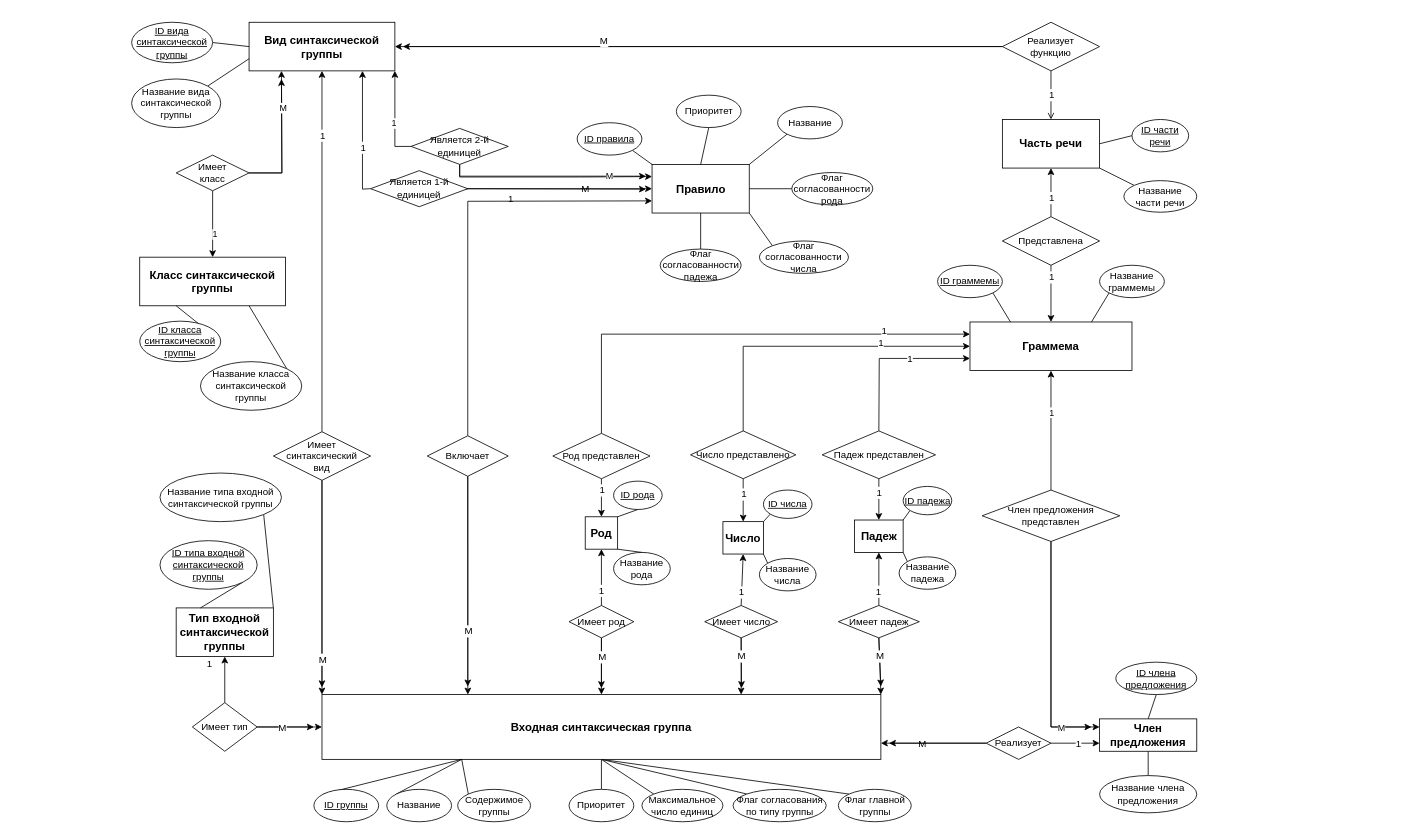
DMfananddu/Diploma keeps this draw.io diagram as Infological.drawio. Above is the earlier version. Source tidied: cells renumbered, new cells numbered last; positions are measured from the earlier drawing's top-left corner, leaving out a move shared by most shapes. Both pictures are drawn from the tidied source at 81%, with x=0, y=0 at pixel (131, 22).
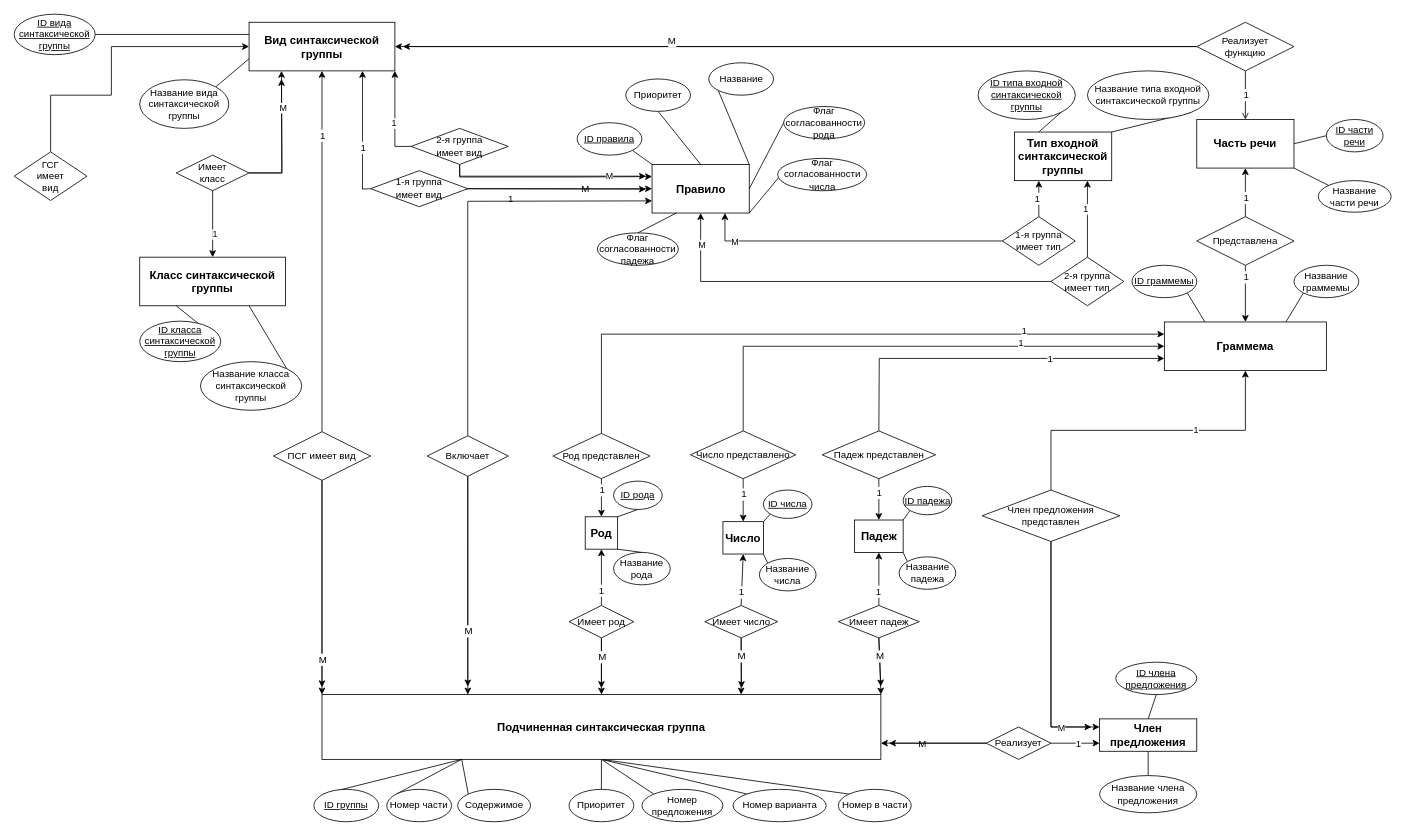
Above is the later version.

The change refers to these unchanged cells:
```xml
<mxCell id="34" value="Правило" style="rounded=0;whiteSpace=wrap;html=1;fontSize=14;fontStyle=1;" parent="1" vertex="1">
  <mxGeometry x="642.5" y="175.5" width="120" height="60" as="geometry" />
</mxCell>
<mxCell id="53" value="Вид синтаксической группы" style="rounded=0;whiteSpace=wrap;html=1;fontSize=14;fontStyle=1;" parent="1" vertex="1">
  <mxGeometry x="145" width="180" height="60" as="geometry" />
</mxCell>
```

The edit, as a diff of the source:
```diff
@@
-    <mxCell id="6" value="Входная синтаксическая группа" style="rounded=0;whiteSpace=wrap;html=1;fontSize=14;fontStyle=1;" parent="1" vertex="1">
+    <mxCell id="6" value="Подчиненная синтаксическая группа" style="rounded=0;whiteSpace=wrap;html=1;fontSize=14;fontStyle=1;" parent="1" vertex="1">
       <mxGeometry x="235" y="830" width="690" height="80" as="geometry" />
     </mxCell>
@@
-    <mxCell id="10" value="Название" style="ellipse;whiteSpace=wrap;html=1;" parent="1" vertex="1">
+    <mxCell id="10" value="Номер части" style="ellipse;whiteSpace=wrap;html=1;" parent="1" vertex="1">
       <mxGeometry x="315" y="947" width="80" height="40" as="geometry" />
     </mxCell>
-    <mxCell id="11" value="Максимальное число единиц" style="ellipse;whiteSpace=wrap;html=1;" parent="1" vertex="1">
+    <mxCell id="11" value="Номер предложения" style="ellipse;whiteSpace=wrap;html=1;" parent="1" vertex="1">
       <mxGeometry x="630" y="947" width="100" height="40" as="geometry" />
     </mxCell>
-    <mxCell id="12" value="Флаг согласования по типу группы" style="ellipse;whiteSpace=wrap;html=1;" parent="1" vertex="1">
+    <mxCell id="12" value="Номер варианта" style="ellipse;whiteSpace=wrap;html=1;" parent="1" vertex="1">
       <mxGeometry x="742.5" y="947" width="115" height="40" as="geometry" />
     </mxCell>
@@
-    <mxCell id="15" value="Содержимое группы" style="ellipse;whiteSpace=wrap;html=1;" parent="1" vertex="1">
+    <mxCell id="15" value="Содержимое" style="ellipse;whiteSpace=wrap;html=1;" parent="1" vertex="1">
       <mxGeometry x="402.5" y="947" width="90" height="40" as="geometry" />
     </mxCell>
-    <mxCell id="16" value="Флаг главной группы" style="ellipse;whiteSpace=wrap;html=1;" parent="1" vertex="1">
+    <mxCell id="16" value="Номер в части" style="ellipse;whiteSpace=wrap;html=1;" parent="1" vertex="1">
       <mxGeometry x="872.5" y="947" width="90" height="40" as="geometry" />
     </mxCell>
-    <mxCell id="17" style="edgeStyle=none;rounded=0;jettySize=auto;html=1;exitX=1;exitY=0.5;exitDx=0;exitDy=0;endArrow=classic;endFill=1;" parent="1" edge="1" source="22">
-      <mxGeometry relative="1" as="geometry">
-        <mxPoint x="225" y="870" as="targetPoint" />
-        <Array as="points">
-          <mxPoint x="185" y="870" />
-        </Array>
-      </mxGeometry>
-    </mxCell>
-    <mxCell id="18" style="edgeStyle=none;rounded=0;jettySize=auto;html=1;exitX=0.5;exitY=0;exitDx=0;exitDy=0;entryX=0.5;entryY=1;entryDx=0;entryDy=0;endArrow=classic;endFill=1;" parent="1" edge="1" source="22" target="23">
+    <mxCell id="18" style="edgeStyle=none;rounded=0;jettySize=auto;html=1;exitX=0.5;exitY=0;exitDx=0;exitDy=0;entryX=0.25;entryY=1;entryDx=0;entryDy=0;endArrow=classic;endFill=1;" parent="1" edge="1" source="22" target="23">
       <mxGeometry relative="1" as="geometry" />
     </mxCell>
     <mxCell id="19" value="1" style="text;html=1;align=center;verticalAlign=middle;labelBackgroundColor=#ffffff;" parent="18" vertex="1">
       <mxGeometry x="0.65" y="1" relative="1" as="geometry">
-        <mxPoint x="-19" y="-1" as="offset" />
+        <mxPoint x="-2" y="14" as="offset" />
       </mxGeometry>
     </mxCell>
-    <mxCell id="20" style="edgeStyle=orthogonalEdgeStyle;rounded=0;jettySize=auto;html=1;exitX=1;exitY=0.5;exitDx=0;exitDy=0;startArrow=none;startFill=0;endArrow=classic;endFill=1;entryX=0;entryY=0.5;entryDx=0;entryDy=0;" parent="1" edge="1" source="22" target="6">
-      <mxGeometry relative="1" as="geometry">
-        <Array as="points">
-          <mxPoint x="165" y="870" />
-          <mxPoint x="165" y="870" />
-        </Array>
-      </mxGeometry>
-    </mxCell>
-    <mxCell id="21" value="М" style="text;html=1;align=center;verticalAlign=middle;labelBackgroundColor=#ffffff;" parent="20" vertex="1">
-      <mxGeometry x="0.54" y="-2" relative="1" as="geometry">
-        <mxPoint x="-31.4" y="-2" as="offset" />
-      </mxGeometry>
-    </mxCell>
+    <mxCell id="167" style="edgeStyle=orthogonalEdgeStyle;rounded=0;jettySize=auto;html=1;exitX=0;exitY=0.5;exitDx=0;exitDy=0;entryX=0.75;entryY=1;entryDx=0;entryDy=0;" parent="1" edge="1" source="22" target="34">
+      <mxGeometry relative="1" as="geometry" />
+    </mxCell>
+    <mxCell id="168" value="М" style="edgeLabel;html=1;align=center;verticalAlign=middle;" parent="167" vertex="1">
+      <mxGeometry x="0.76" y="1" relative="1" as="geometry">
+        <mxPoint x="1" as="offset" />
+      </mxGeometry>
+    </mxCell>
-    <mxCell id="22" value="Имеет тип" style="rhombus;whiteSpace=wrap;html=1;" parent="1" vertex="1">
-      <mxGeometry x="75" y="840" width="80" height="60" as="geometry" />
+    <mxCell id="22" value="1-я группа имеет тип" style="rhombus;whiteSpace=wrap;html=1;" parent="1" vertex="1">
+      <mxGeometry x="1075" y="240" width="90" height="60" as="geometry" />
     </mxCell>
     <mxCell id="23" value="&lt;font style=&quot;font-size: 14px&quot;&gt;&lt;b&gt;Тип входной синтаксической группы&lt;/b&gt;&lt;/font&gt;" style="rounded=0;whiteSpace=wrap;html=1;" parent="1" vertex="1">
-      <mxGeometry x="55" y="723" width="120" height="60" as="geometry" />
+      <mxGeometry x="1090" y="135.5" width="120" height="60" as="geometry" />
     </mxCell>
@@
     <mxCell id="25" value="&lt;span style=&quot;line-height: 115%&quot;&gt;&lt;font style=&quot;font-size: 12px&quot;&gt;Название типа входной синтаксической группы&lt;/font&gt;&lt;/span&gt;" style="ellipse;whiteSpace=wrap;html=1;" parent="1" vertex="1">
-      <mxGeometry x="35" y="556.5" width="150" height="60" as="geometry" />
+      <mxGeometry x="1180" y="60" width="150" height="60" as="geometry" />
     </mxCell>
@@
     <mxCell id="27" value="&lt;font style=&quot;font-size: 12px&quot;&gt;&lt;u&gt;&lt;span lang=&quot;EN-US&quot; style=&quot;line-height: 115%&quot;&gt;ID&lt;/span&gt;&lt;span lang=&quot;EN-US&quot; style=&quot;line-height: 115%&quot;&gt; &lt;/span&gt;&lt;span style=&quot;line-height: 115%&quot;&gt;типа входной синтаксической группы&lt;/span&gt;&lt;/u&gt;&lt;/font&gt;" style="ellipse;whiteSpace=wrap;html=1;" parent="1" vertex="1">
-      <mxGeometry x="35" y="640" width="120" height="60" as="geometry" />
+      <mxGeometry x="1045" y="60" width="120" height="60" as="geometry" />
     </mxCell>
@@
-    <mxCell id="35" style="edgeStyle=none;rounded=0;jettySize=auto;html=1;exitX=0.5;exitY=0;exitDx=0;exitDy=0;entryX=0.5;entryY=1;entryDx=0;entryDy=0;endArrow=none;endFill=0;" parent="1" edge="1" source="36" target="34">
+    <mxCell id="35" style="edgeStyle=none;rounded=0;jettySize=auto;html=1;exitX=0.5;exitY=0;exitDx=0;exitDy=0;entryX=0.25;entryY=1;entryDx=0;entryDy=0;endArrow=none;endFill=0;" parent="1" edge="1" source="36" target="34">
       <mxGeometry relative="1" as="geometry" />
     </mxCell>
     <mxCell id="36" value="Флаг согласованности падежа" style="ellipse;whiteSpace=wrap;html=1;" parent="1" vertex="1">
-      <mxGeometry x="652.5" y="280" width="100" height="40" as="geometry" />
+      <mxGeometry x="575" y="260" width="100" height="40" as="geometry" />
     </mxCell>
@@
     <mxCell id="38" value="Флаг согласованности рода" style="ellipse;whiteSpace=wrap;html=1;" parent="1" vertex="1">
-      <mxGeometry x="815" y="185.5" width="100" height="40" as="geometry" />
+      <mxGeometry x="805" y="104" width="100" height="40" as="geometry" />
     </mxCell>
@@
     <mxCell id="40" value="Приоритет" style="ellipse;whiteSpace=wrap;html=1;" parent="1" vertex="1">
-      <mxGeometry x="672.5" y="90" width="80" height="40" as="geometry" />
+      <mxGeometry x="610" y="70" width="80" height="40" as="geometry" />
     </mxCell>
@@
     <mxCell id="44" value="Флаг согласованности числа" style="ellipse;whiteSpace=wrap;html=1;" parent="1" vertex="1">
-      <mxGeometry x="775" y="270" width="110" height="40" as="geometry" />
+      <mxGeometry x="797.5" y="168" width="110" height="40" as="geometry" />
     </mxCell>
@@
     <mxCell id="46" value="Название" style="ellipse;whiteSpace=wrap;html=1;" parent="1" vertex="1">
-      <mxGeometry x="797.5" y="104" width="80" height="40" as="geometry" />
+      <mxGeometry x="712.5" y="50" width="80" height="40" as="geometry" />
     </mxCell>
@@
-    <mxCell id="52" value="Является 1-й единицей" style="rhombus;whiteSpace=wrap;html=1;" parent="1" vertex="1">
+    <mxCell id="52" value="1-я группа&lt;br&gt;имеет вид" style="rhombus;whiteSpace=wrap;html=1;" parent="1" vertex="1">
       <mxGeometry x="295" y="183.2" width="120" height="44.5" as="geometry" />
     </mxCell>
@@
-    <mxCell id="54" style="edgeStyle=none;rounded=0;jettySize=auto;html=1;exitX=1;exitY=0.5;exitDx=0;exitDy=0;entryX=0;entryY=0.5;entryDx=0;entryDy=0;endArrow=none;endFill=0;" parent="1" edge="1" source="55" target="53">
+    <mxCell id="54" style="edgeStyle=none;rounded=0;jettySize=auto;html=1;exitX=1;exitY=0.5;exitDx=0;exitDy=0;entryX=0;entryY=0.25;entryDx=0;entryDy=0;endArrow=none;endFill=0;" parent="1" edge="1" source="55" target="53">
       <mxGeometry relative="1" as="geometry" />
     </mxCell>
     <mxCell id="55" value="&lt;u&gt;ID вида синтаксической группы&lt;/u&gt;" style="ellipse;whiteSpace=wrap;html=1;" parent="1" vertex="1">
-      <mxGeometry width="100" height="50" as="geometry" />
+      <mxGeometry x="-145" y="-10" width="100" height="50" as="geometry" />
     </mxCell>
@@
     <mxCell id="57" value="Название вида синтаксической группы" style="ellipse;whiteSpace=wrap;html=1;" parent="1" vertex="1">
-      <mxGeometry y="70" width="110" height="60" as="geometry" />
+      <mxGeometry x="10" y="71" width="110" height="60" as="geometry" />
     </mxCell>
@@
     <mxCell id="74" value="Граммема" style="rounded=0;whiteSpace=wrap;html=1;fontSize=14;fontStyle=1;" parent="1" vertex="1">
-      <mxGeometry x="1035" y="370" width="200" height="60" as="geometry" />
+      <mxGeometry x="1275" y="370" width="200" height="60" as="geometry" />
     </mxCell>
     <mxCell id="75" value="Часть речи" style="rounded=0;whiteSpace=wrap;html=1;fontSize=14;fontStyle=1;" parent="1" vertex="1">
-      <mxGeometry x="1075" y="120" width="120" height="60" as="geometry" />
+      <mxGeometry x="1315" y="120" width="120" height="60" as="geometry" />
     </mxCell>
     <mxCell id="76" style="edgeStyle=none;rounded=0;jettySize=auto;html=1;exitX=0.5;exitY=1;exitDx=0;exitDy=0;entryX=0.5;entryY=0;entryDx=0;entryDy=0;endArrow=classic;endFill=1;" parent="1" edge="1" source="80" target="74">
       <mxGeometry relative="1" as="geometry">
         <Array as="points">
-          <mxPoint x="1135" y="310" />
+          <mxPoint x="1375" y="310" />
         </Array>
       </mxGeometry>
     </mxCell>
@@
     <mxCell id="80" value="Представлена" style="rhombus;whiteSpace=wrap;html=1;" parent="1" vertex="1">
-      <mxGeometry x="1075" y="240" width="120" height="60" as="geometry" />
+      <mxGeometry x="1315" y="240" width="120" height="60" as="geometry" />
     </mxCell>
@@
     <mxCell id="86" value="Реализует&lt;br&gt;функцию" style="rhombus;whiteSpace=wrap;html=1;" parent="1" vertex="1">
-      <mxGeometry x="1075" width="120" height="60" as="geometry" />
+      <mxGeometry x="1315" width="120" height="60" as="geometry" />
     </mxCell>
@@
     <mxCell id="88" value="&lt;u&gt;ID части речи&lt;/u&gt;" style="ellipse;whiteSpace=wrap;html=1;" parent="1" vertex="1">
-      <mxGeometry x="1235" y="120" width="70" height="40" as="geometry" />
+      <mxGeometry x="1475" y="120" width="70" height="40" as="geometry" />
     </mxCell>
@@
     <mxCell id="90" value="Название части речи" style="ellipse;whiteSpace=wrap;html=1;" parent="1" vertex="1">
-      <mxGeometry x="1225" y="195.5" width="90" height="39" as="geometry" />
+      <mxGeometry x="1465" y="195.5" width="90" height="39" as="geometry" />
     </mxCell>
@@
     <mxCell id="92" value="&lt;u&gt;ID граммемы&lt;/u&gt;" style="ellipse;whiteSpace=wrap;html=1;" parent="1" vertex="1">
-      <mxGeometry x="995" y="300" width="80" height="40" as="geometry" />
+      <mxGeometry x="1235" y="300" width="80" height="40" as="geometry" />
     </mxCell>
@@
     <mxCell id="94" value="Название граммемы" style="ellipse;whiteSpace=wrap;html=1;" parent="1" vertex="1">
-      <mxGeometry x="1195" y="300" width="80" height="40" as="geometry" />
+      <mxGeometry x="1435" y="300" width="80" height="40" as="geometry" />
     </mxCell>
@@
-    <mxCell id="143" value="Имеет синтаксический &lt;br&gt;вид" style="rhombus;whiteSpace=wrap;html=1;" parent="1" vertex="1">
+    <mxCell id="143" value="ПСГ имеет вид" style="rhombus;whiteSpace=wrap;html=1;" parent="1" vertex="1">
       <mxGeometry x="175" y="505.5" width="120" height="60" as="geometry" />
     </mxCell>
@@
-    <mxCell id="166" value="Является 2-й единицей" style="rhombus;whiteSpace=wrap;html=1;" parent="1" vertex="1">
+    <mxCell id="166" value="2-я группа&lt;br&gt;имеет вид" style="rhombus;whiteSpace=wrap;html=1;" parent="1" vertex="1">
       <mxGeometry x="345" y="131" width="120" height="44.5" as="geometry" />
     </mxCell>
+    <mxCell id="169" style="edgeStyle=orthogonalEdgeStyle;rounded=0;jettySize=auto;html=1;exitX=0.5;exitY=0;exitDx=0;exitDy=0;entryX=0.75;entryY=1;entryDx=0;entryDy=0;" parent="1" edge="1" source="173" target="23">
+      <mxGeometry relative="1" as="geometry" />
+    </mxCell>
+    <mxCell id="170" value="1" style="edgeLabel;html=1;align=center;verticalAlign=middle;" parent="169" vertex="1">
+      <mxGeometry x="0.28" y="3" relative="1" as="geometry" />
+    </mxCell>
+    <mxCell id="171" style="edgeStyle=orthogonalEdgeStyle;rounded=0;jettySize=auto;html=1;exitX=0;exitY=0.5;exitDx=0;exitDy=0;entryX=0.5;entryY=1;entryDx=0;entryDy=0;" parent="1" edge="1" source="173" target="34">
+      <mxGeometry relative="1" as="geometry" />
+    </mxCell>
+    <mxCell id="172" value="М" style="edgeLabel;html=1;align=center;verticalAlign=middle;" parent="171" vertex="1">
+      <mxGeometry x="0.91" y="-1" relative="1" as="geometry">
+        <mxPoint y="16" as="offset" />
+      </mxGeometry>
+    </mxCell>
+    <mxCell id="173" value="2-я группа имеет тип" style="rhombus;whiteSpace=wrap;html=1;" parent="1" vertex="1">
+      <mxGeometry x="1135" y="290" width="90" height="60" as="geometry" />
+    </mxCell>
+    <mxCell id="174" style="edgeStyle=orthogonalEdgeStyle;rounded=0;jettySize=auto;html=1;exitX=0.5;exitY=0;exitDx=0;exitDy=0;entryX=0;entryY=0.5;entryDx=0;entryDy=0;" parent="1" edge="1" source="175" target="53">
+      <mxGeometry relative="1" as="geometry">
+        <Array as="points">
+          <mxPoint x="-100" y="90" />
+          <mxPoint x="-25" y="90" />
+          <mxPoint x="-25" y="30" />
+        </Array>
+      </mxGeometry>
+    </mxCell>
+    <mxCell id="175" value="ГСГ&lt;br&gt;имеет&lt;br&gt;вид" style="rhombus;whiteSpace=wrap;html=1;" parent="1" vertex="1">
+      <mxGeometry x="-145" y="160" width="90" height="60" as="geometry" />
+    </mxCell>
```
